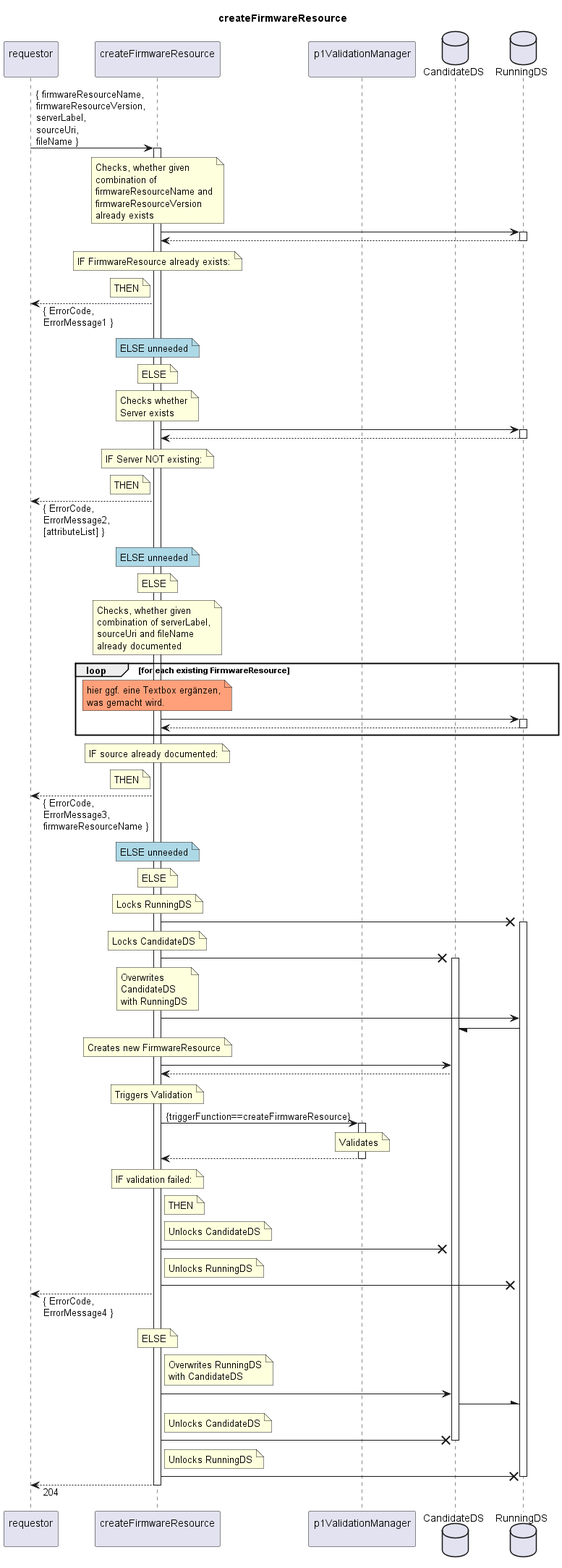
openBackhaul/FirmWareManager keeps this PlantUML diagram as spec/Services/createFirmwareResource/1.0.0/createFirmwareResource.png. Above is the earlier version.
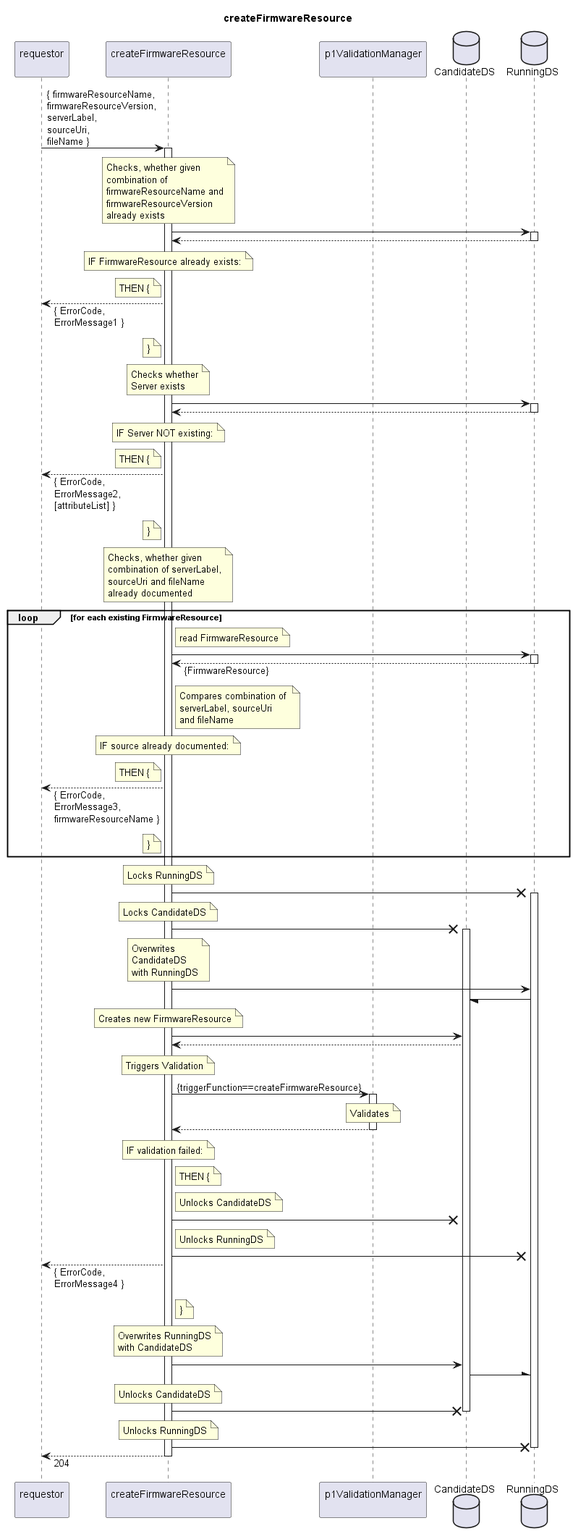
Above is the later version.

What changed in the source:
```diff
@@ -29,15 +29,11 @@
     IF FirmwareResource already exists:
   end note
   note left indServ
-    THEN
+    THEN {
   end note
   requestor <-- indServ: { ErrorCode,\nErrorMessage1 }
-
-  note over indServ #LightBlue
-    ELSE unneeded
-  end note
-  note over indServ
-    ELSE
+  note left indServ
+    }
   end note
 
   note over indServ
@@ -52,14 +48,11 @@
     IF Server NOT existing:
   end note
   note left indServ
-    THEN
+    THEN {
   end note
   requestor <-- indServ: { ErrorCode,\nErrorMessage2,\n[attributeList] }
-  note over indServ #LightBlue
-    ELSE unneeded
-  end note
-  note over indServ
-    ELSE
+  note left indServ
+    }
   end note
 
   note over indServ
@@ -69,28 +62,29 @@
     already documented
   end note
   loop for each existing FirmwareResource
-    note over indServ #LightSalmon
-      hier ggf. eine Textbox ergänzen,
-      was gemacht wird.
+    note right indServ
+      read FirmwareResource
     end note
     indServ -> RunDS
     activate RunDS
-    indServ <-- RunDS
+    indServ <-- RunDS: {FirmwareResource}
     deactivate RunDS
+    note right indServ
+      Compares combination of
+      serverLabel, sourceUri
+      and fileName
+    end note
+    note over indServ
+      IF source already documented:
+    end note
+    note left indServ
+      THEN {
+    end note
+    requestor <-- indServ: { ErrorCode,\nErrorMessage3,\nfirmwareResourceName }
+    note left indServ
+      }
+    end note
   end loop
-  note over indServ
-    IF source already documented:
-  end note
-  note left indServ
-    THEN
-  end note
-  requestor <-- indServ: { ErrorCode,\nErrorMessage3,\nfirmwareResourceName }
-  note over indServ #LightBlue
-    ELSE unneeded
-  end note
-  note over indServ
-    ELSE
-  end note
 
   note over indServ
     Locks RunningDS
@@ -130,7 +124,7 @@
     IF validation failed:
   end note
   note right indServ
-    THEN
+    THEN {
   end note
   note right indServ
     Unlocks CandidateDS
@@ -141,22 +135,22 @@
   end note
   indServ -X RunDS
   requestor <-- indServ: { ErrorCode,\nErrorMessage4 }
-  note over indServ
-    ELSE
+  note right indServ
+    }
   end note
 
-  note right indServ
+  note over indServ
     Overwrites RunningDS
     with CandidateDS
   end note
   indServ -> CanDS
   CanDS -\ RunDS
-  note right indServ
+  note over indServ
     Unlocks CandidateDS
   end note
   indServ -X CanDS
   deactivate CanDS
-  note right indServ
+  note over indServ
     Unlocks RunningDS
   end note
   indServ -X RunDS
```
